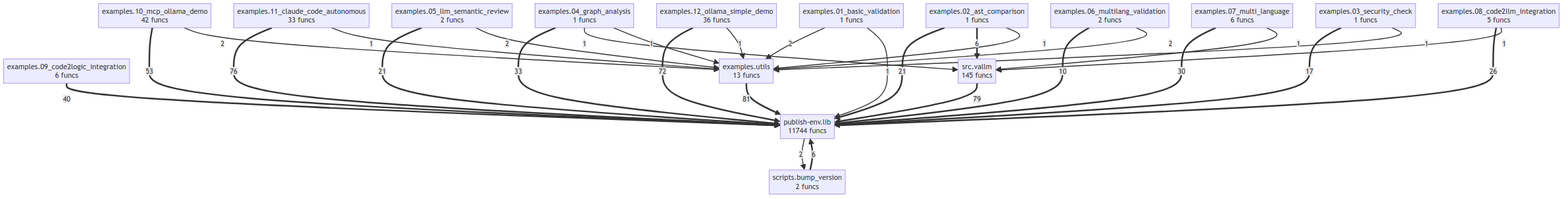
Before: project/compact_flow.png, a diagram exported from Mermaid (semcod/vallm). Its source is kept beside it as project/compact_flow.mmd.
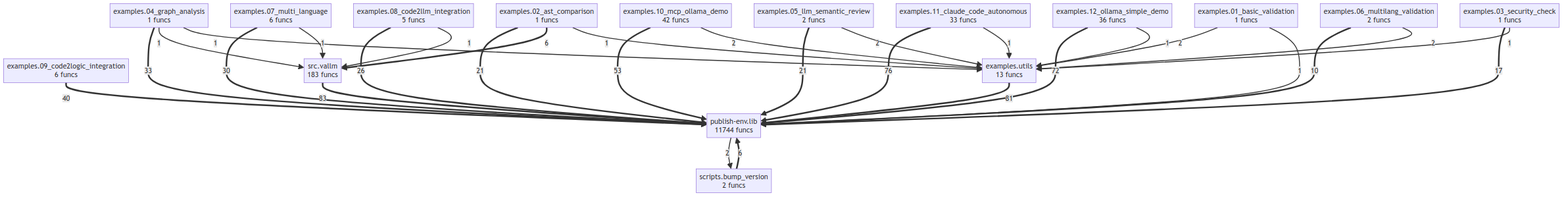
After the commit.

What changed in the source:
```diff
@@ -14,9 +14,9 @@
     examples_utils["examples.utils<br/>13 funcs"]
     publish_env_lib["publish-env.lib<br/>11744 funcs"]
     scripts_bump_version["scripts.bump_version<br/>2 funcs"]
-    src_vallm["src.vallm<br/>145 funcs"]
+    src_vallm["src.vallm<br/>183 funcs"]
+    src_vallm ==>|83| publish_env_lib
     examples_utils ==>|81| publish_env_lib
-    src_vallm ==>|79| publish_env_lib
     examples_11_claude_code_autonomous ==>|76| publish_env_lib
     examples_12_ollama_simple_demo ==>|72| publish_env_lib
     examples_10_mcp_ollama_demo ==>|53| publish_env_lib
@@ -37,10 +37,10 @@
     examples_10_mcp_ollama_demo -->|2| examples_utils
     examples_04_graph_analysis -->|1| src_vallm
     examples_04_graph_analysis -->|1| examples_utils
+    examples_12_ollama_simple_demo -->|1| examples_utils
     examples_11_claude_code_autonomous -->|1| examples_utils
-    examples_12_ollama_simple_demo -->|1| examples_utils
     examples_01_basic_validation -->|1| publish_env_lib
+    examples_03_security_check -->|1| examples_utils
     examples_02_ast_comparison -->|1| examples_utils
-    examples_03_security_check -->|1| examples_utils
     examples_07_multi_language -->|1| src_vallm
     examples_08_code2llm_integration -->|1| src_vallm
```
